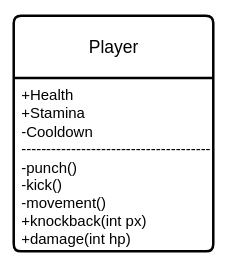
The draw.io diagram Development/Stage 1/PlayerClassDiagram.svg in Felix-Graham/CS-NEA, before a commit. Source tidied: cells renumbered, new cells last; positions are measured from the earlier drawing's top-left corner, leaving out a move shared by most shapes. Its diagram source:
```xml
<mxGraphModel>
  <root>
    <mxCell id="0" />
    <mxCell id="1" parent="0" />
    <mxCell id="2" value="Player" style="swimlane;horizontal=1;startSize=50;rounded=1;fontSize=14;fontStyle=0;strokeWidth=2;shadow=0;dashed=0;align=center;arcSize=4;whiteSpace=wrap;html=1;" parent="1" vertex="1">
      <mxGeometry width="160" height="189" as="geometry" />
    </mxCell>
    <mxCell id="3" value="+Health&lt;br&gt;+Stamina&lt;br&gt;-Cooldown&lt;br&gt;--------------------------------------&lt;br&gt;-punch()&lt;br&gt;-kick()&lt;br&gt;-movement()&lt;br&gt;+knockback(int px)&lt;br&gt;+damage(int hp)&lt;br&gt;" style="align=left;strokeColor=none;fillColor=none;spacingLeft=4;fontSize=12;verticalAlign=top;html=1;" parent="2" vertex="1">
      <mxGeometry y="50" width="160" height="139" as="geometry" />
    </mxCell>
  </root>
</mxGraphModel>
```
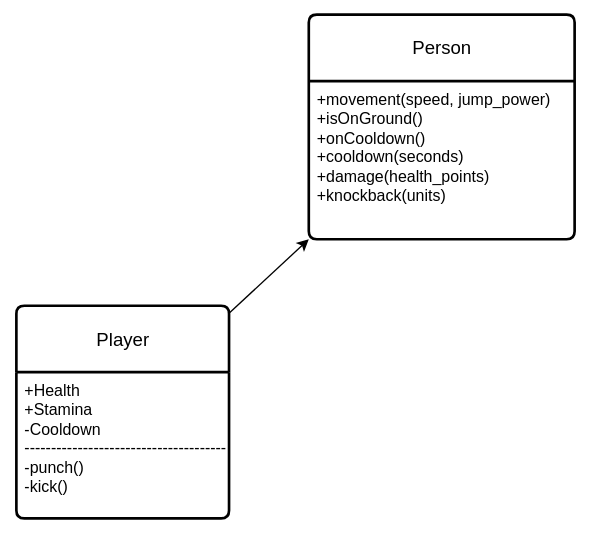
The same file after the commit.

Change to the diagram source:
```diff
@@ -2,11 +2,20 @@
   <root>
     <mxCell id="0" />
     <mxCell id="1" parent="0" />
+    <mxCell id="4" style="edgeStyle=none;html=1;entryX=0;entryY=1;entryDx=0;entryDy=0;" parent="1" edge="1" source="2" target="6">
+      <mxGeometry relative="1" as="geometry" />
+    </mxCell>
     <mxCell id="2" value="Player" style="swimlane;horizontal=1;startSize=50;rounded=1;fontSize=14;fontStyle=0;strokeWidth=2;shadow=0;dashed=0;align=center;arcSize=4;whiteSpace=wrap;html=1;" parent="1" vertex="1">
-      <mxGeometry width="160" height="189" as="geometry" />
+      <mxGeometry width="160" height="160" as="geometry" />
     </mxCell>
-    <mxCell id="3" value="+Health&lt;br&gt;+Stamina&lt;br&gt;-Cooldown&lt;br&gt;--------------------------------------&lt;br&gt;-punch()&lt;br&gt;-kick()&lt;br&gt;-movement()&lt;br&gt;+knockback(int px)&lt;br&gt;+damage(int hp)&lt;br&gt;" style="align=left;strokeColor=none;fillColor=none;spacingLeft=4;fontSize=12;verticalAlign=top;html=1;" parent="2" vertex="1">
-      <mxGeometry y="50" width="160" height="139" as="geometry" />
+    <mxCell id="3" value="+Health&lt;br&gt;+Stamina&lt;br&gt;-Cooldown&lt;br&gt;--------------------------------------&lt;br&gt;-punch()&lt;br&gt;-kick()&lt;br&gt;" style="align=left;strokeColor=none;fillColor=none;spacingLeft=4;fontSize=12;verticalAlign=top;html=1;" parent="2" vertex="1">
+      <mxGeometry y="50" width="160" height="110" as="geometry" />
     </mxCell>
+    <mxCell id="5" value="Person" style="swimlane;horizontal=1;startSize=50;rounded=1;fontSize=14;fontStyle=0;strokeWidth=2;shadow=0;dashed=0;align=center;arcSize=4;whiteSpace=wrap;html=1;" parent="1" vertex="1">
+      <mxGeometry x="220" y="-219" width="200" height="169" as="geometry" />
+    </mxCell>
+    <mxCell id="6" value="+movement(speed, jump_power)&lt;br&gt;+isOnGround()&lt;br&gt;+onCooldown()&lt;br&gt;+cooldown(seconds)&lt;br&gt;+damage(health_points)&lt;br&gt;+knockback(units)&lt;br&gt;" style="align=left;strokeColor=none;fillColor=none;spacingLeft=4;fontSize=12;verticalAlign=top;html=1;" parent="5" vertex="1">
+      <mxGeometry y="50" width="200" height="119" as="geometry" />
+    </mxCell>
   </root>
 </mxGraphModel>
```
